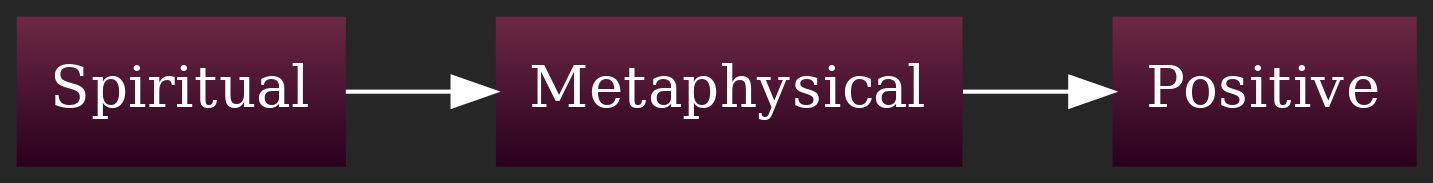
Above: graphs/The_Three_Stages.png in julianfl0w/Deism (Graphviz), before the change. Its source is kept beside it as graphs/The_Three_Stages.dot. Source of this version:
```dot
digraph D {
rankdir = LR
style = filled
fontcolor = white
color = white
bgcolor = "#262626"
gradientangle = 0
dpi = 300
"cluster_85" [rankdir=TB, shape=box, penwidth=0, color=black, fontcolor=white, fillcolor="#6C2944:#29001C", style=filled, gradientangle=270.05, label="Spiritual"]
"cluster_86" [rankdir=TB, shape=box, penwidth=0, color=black, fontcolor=white, fillcolor="#6C2944:#29001C", style=filled, gradientangle=270.05, label="Metaphysical"]
"cluster_87" [rankdir=TB, shape=box, penwidth=0, color=black, fontcolor=white, fillcolor="#6C2944:#29001C", style=filled, gradientangle=270.05, label="Positive"]
"cluster_86" -> "cluster_87" [color=white, penwidth=1, ltail="cluster_86", lhead="cluster_87"]
"cluster_85" -> "cluster_86" [color=white, penwidth=1, ltail="cluster_86", lhead="cluster_87"]
}
```
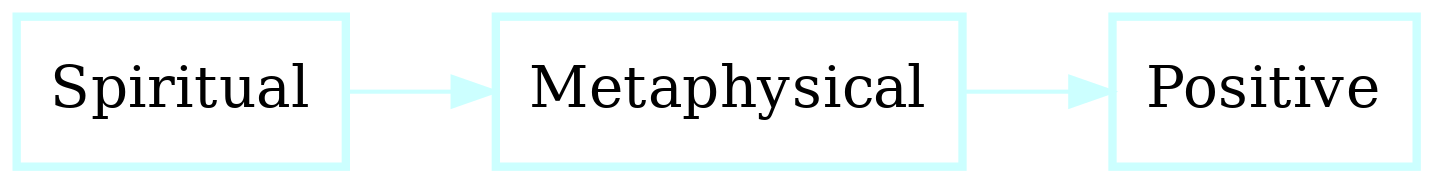
The same file after the commit.

Diff of the diagram source:
```diff
@@ -1,14 +1,14 @@
 digraph D {
 rankdir = LR
 style = filled
-fontcolor = white
-color = white
-bgcolor = "#262626"
+fontcolor = black
+color = black
+bgcolor = white
 gradientangle = 0
 dpi = 300
-"cluster_85" [rankdir=TB, shape=box, penwidth=0, color=black, fontcolor=white, fillcolor="#6C2944:#29001C", style=filled, gradientangle=270.05, label="Spiritual"]
-"cluster_86" [rankdir=TB, shape=box, penwidth=0, color=black, fontcolor=white, fillcolor="#6C2944:#29001C", style=filled, gradientangle=270.05, label="Metaphysical"]
-"cluster_87" [rankdir=TB, shape=box, penwidth=0, color=black, fontcolor=white, fillcolor="#6C2944:#29001C", style=filled, gradientangle=270.05, label="Positive"]
-"cluster_86" -> "cluster_87" [color=white, penwidth=1, ltail="cluster_86", lhead="cluster_87"]
-"cluster_85" -> "cluster_86" [color=white, penwidth=1, ltail="cluster_86", lhead="cluster_87"]
+"cluster_86" [rankdir=TB, shape=box, penwidth=2, color="#ccffff", fontcolor=black, fillcolor=white, style=filled, gradientangle=270.05, label="Spiritual"]
+"cluster_87" [rankdir=TB, shape=box, penwidth=2, color="#ccffff", fontcolor=black, fillcolor=white, style=filled, gradientangle=270.05, label="Metaphysical"]
+"cluster_88" [rankdir=TB, shape=box, penwidth=2, color="#ccffff", fontcolor=black, fillcolor=white, style=filled, gradientangle=270.05, label="Positive"]
+"cluster_87" -> "cluster_88" [color="#ccffff", penwidth=1, ltail="cluster_87", lhead="cluster_88"]
+"cluster_86" -> "cluster_87" [color="#ccffff", penwidth=1, ltail="cluster_87", lhead="cluster_88"]
 }
```
